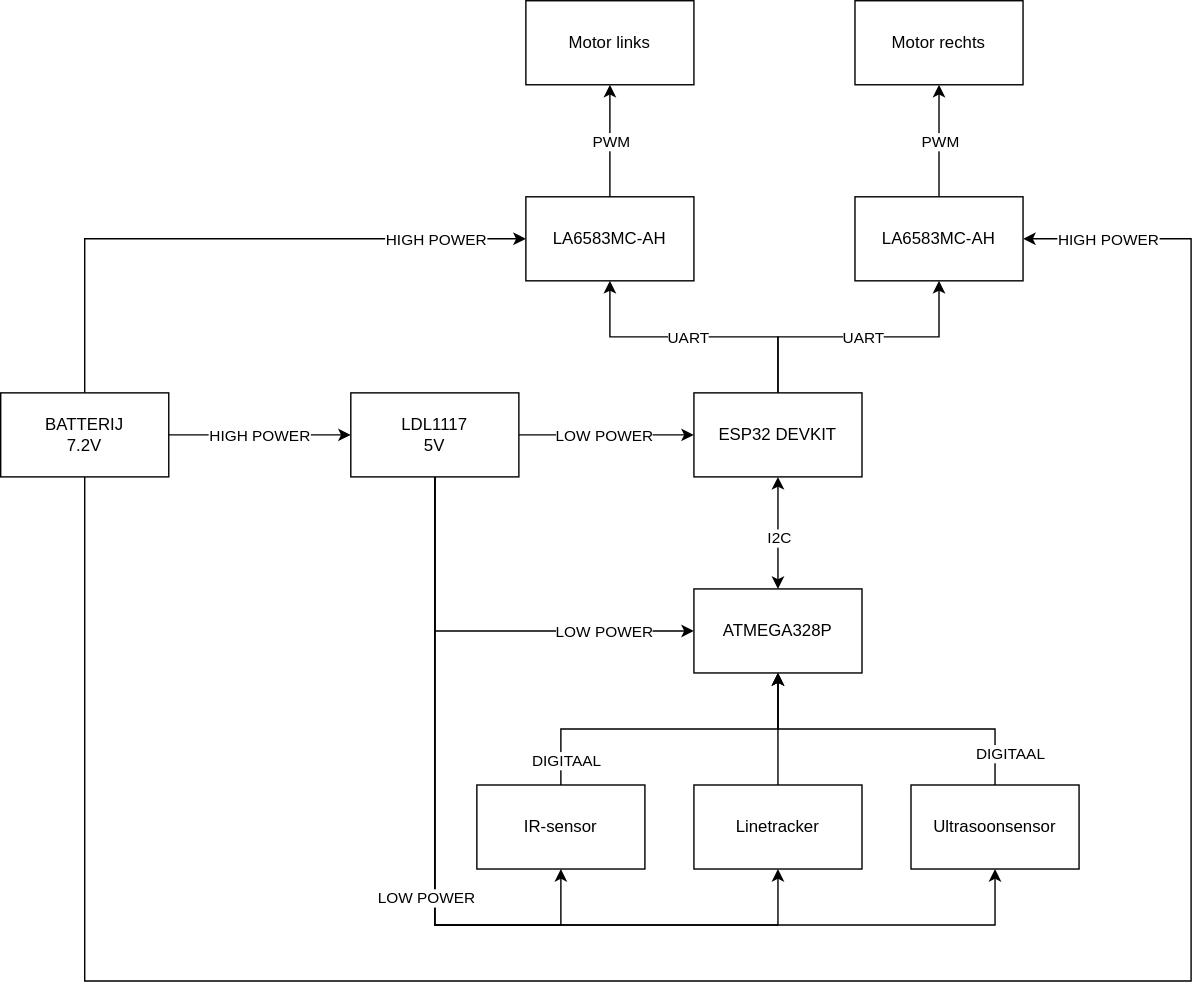
Above: Documentatie/Blokdiagram.svg in Sten-AP/Smart-Systems (draw.io), before the change. Source tidied: cells renumbered, new cells last; positions are measured from the earlier drawing's top-left corner, leaving out a move shared by most shapes. Source of this version:
```xml
<mxGraphModel>
  <root>
    <mxCell id="0" />
    <mxCell id="1" parent="0" />
    <mxCell id="2" style="edgeStyle=orthogonalEdgeStyle;rounded=0;jettySize=auto;html=1;entryX=0.5;entryY=1;entryDx=0;entryDy=0;" parent="1" edge="1" source="6" target="30">
      <mxGeometry relative="1" as="geometry" />
    </mxCell>
    <mxCell id="3" value="UART" style="edgeLabel;html=1;align=center;verticalAlign=middle;" parent="2" vertex="1">
      <mxGeometry x="-0.29" y="4" relative="1" as="geometry">
        <mxPoint x="-34" y="-4" as="offset" />
      </mxGeometry>
    </mxCell>
    <mxCell id="4" style="edgeStyle=orthogonalEdgeStyle;rounded=0;jettySize=auto;html=1;entryX=0.5;entryY=1;entryDx=0;entryDy=0;" parent="1" edge="1" source="6" target="33">
      <mxGeometry relative="1" as="geometry" />
    </mxCell>
    <mxCell id="5" value="UART" style="edgeLabel;html=1;align=center;verticalAlign=middle;" parent="4" vertex="1">
      <mxGeometry x="-0.39" relative="1" as="geometry">
        <mxPoint x="40" as="offset" />
      </mxGeometry>
    </mxCell>
    <mxCell id="6" value="ESP32 DEVKIT" style="rounded=0;whiteSpace=wrap;html=1;" parent="1" vertex="1">
      <mxGeometry x="495" y="280" width="120" height="60" as="geometry" />
    </mxCell>
    <mxCell id="7" style="edgeStyle=orthogonalEdgeStyle;rounded=0;jettySize=auto;html=1;entryX=0.5;entryY=1;entryDx=0;entryDy=0;" parent="1" edge="1" source="11" target="34">
      <mxGeometry relative="1" as="geometry">
        <Array as="points">
          <mxPoint x="310" y="660" />
          <mxPoint x="400" y="660" />
        </Array>
      </mxGeometry>
    </mxCell>
    <mxCell id="8" style="edgeStyle=orthogonalEdgeStyle;rounded=0;jettySize=auto;html=1;entryX=0.5;entryY=1;entryDx=0;entryDy=0;" parent="1" edge="1" source="11" target="37">
      <mxGeometry relative="1" as="geometry">
        <Array as="points">
          <mxPoint x="310" y="660" />
          <mxPoint x="555" y="660" />
        </Array>
      </mxGeometry>
    </mxCell>
    <mxCell id="9" style="edgeStyle=orthogonalEdgeStyle;rounded=0;jettySize=auto;html=1;entryX=0.5;entryY=1;entryDx=0;entryDy=0;" parent="1" edge="1" source="11" target="35">
      <mxGeometry relative="1" as="geometry">
        <Array as="points">
          <mxPoint x="310" y="660" />
          <mxPoint x="710" y="660" />
        </Array>
      </mxGeometry>
    </mxCell>
    <mxCell id="10" value="LOW POWER" style="edgeLabel;html=1;align=center;verticalAlign=middle;" parent="9" vertex="1">
      <mxGeometry x="0.32" y="1" relative="1" as="geometry">
        <mxPoint x="-187" y="-19" as="offset" />
      </mxGeometry>
    </mxCell>
    <mxCell id="11" value="LDL1117&lt;br&gt;5V" style="rounded=0;whiteSpace=wrap;html=1;" parent="1" vertex="1">
      <mxGeometry x="250" y="280" width="120" height="60" as="geometry" />
    </mxCell>
    <mxCell id="12" style="endArrow=classic;html=1;" parent="1" edge="1" source="11" target="6">
      <mxGeometry relative="1" as="geometry" />
    </mxCell>
    <mxCell id="13" value="LOW POWER" style="edgeLabel;html=1;align=center;verticalAlign=middle;" parent="12" vertex="1">
      <mxGeometry x="-0.2" y="1" relative="1" as="geometry">
        <mxPoint x="10" y="1" as="offset" />
      </mxGeometry>
    </mxCell>
    <mxCell id="14" style="edgeStyle=orthogonalEdgeStyle;rounded=0;jettySize=auto;html=1;exitX=0.5;exitY=0;exitDx=0;exitDy=0;" parent="1" edge="1" source="35" target="18">
      <mxGeometry relative="1" as="geometry">
        <Array as="points">
          <mxPoint x="710" y="520" />
          <mxPoint x="555" y="520" />
        </Array>
      </mxGeometry>
    </mxCell>
    <mxCell id="15" value="DIGITAAL" style="edgeLabel;html=1;align=center;verticalAlign=middle;" parent="14" vertex="1">
      <mxGeometry x="0.75" y="-4" relative="1" as="geometry">
        <mxPoint x="161" y="28" as="offset" />
      </mxGeometry>
    </mxCell>
    <mxCell id="16" style="edgeStyle=orthogonalEdgeStyle;rounded=0;jettySize=auto;html=1;exitX=0.5;exitY=0;exitDx=0;exitDy=0;" parent="1" edge="1" source="34" target="18">
      <mxGeometry relative="1" as="geometry">
        <Array as="points">
          <mxPoint x="400" y="520" />
          <mxPoint x="555" y="520" />
        </Array>
      </mxGeometry>
    </mxCell>
    <mxCell id="17" value="DIGITAAL" style="edgeLabel;html=1;align=center;verticalAlign=middle;" parent="16" vertex="1">
      <mxGeometry x="0.36" y="-1" relative="1" as="geometry">
        <mxPoint x="-117" y="21" as="offset" />
      </mxGeometry>
    </mxCell>
    <mxCell id="18" value="ATMEGA328P" style="rounded=0;whiteSpace=wrap;html=1;" parent="1" vertex="1">
      <mxGeometry x="495" y="420" width="120" height="60" as="geometry" />
    </mxCell>
    <mxCell id="19" style="endArrow=classic;html=1;edgeStyle=orthogonalEdgeStyle;arcSize=0;" parent="1" edge="1" source="11" target="18">
      <mxGeometry relative="1" as="geometry">
        <Array as="points">
          <mxPoint x="310" y="450" />
        </Array>
      </mxGeometry>
    </mxCell>
    <mxCell id="20" value="LOW POWER" style="edgeLabel;html=1;align=center;verticalAlign=middle;" parent="19" vertex="1">
      <mxGeometry x="0.09" y="1" relative="1" as="geometry">
        <mxPoint x="69" y="1" as="offset" />
      </mxGeometry>
    </mxCell>
    <mxCell id="21" style="endArrow=classic;startArrow=classic;html=1;" parent="1" edge="1" source="18" target="6">
      <mxGeometry relative="1" as="geometry" />
    </mxCell>
    <mxCell id="22" value="I2C" style="edgeLabel;html=1;align=center;verticalAlign=middle;" parent="21" vertex="1">
      <mxGeometry x="0.48" y="2" relative="1" as="geometry">
        <mxPoint x="2" y="22" as="offset" />
      </mxGeometry>
    </mxCell>
    <mxCell id="23" style="edgeStyle=orthogonalEdgeStyle;rounded=0;jettySize=auto;html=1;entryX=1;entryY=0.5;entryDx=0;entryDy=0;exitX=0.5;exitY=1;exitDx=0;exitDy=0;" parent="1" edge="1" source="29" target="33">
      <mxGeometry relative="1" as="geometry">
        <Array as="points">
          <mxPoint x="60" y="700" />
          <mxPoint x="850" y="700" />
          <mxPoint x="850" y="170" />
        </Array>
      </mxGeometry>
    </mxCell>
    <mxCell id="24" value="HIGH POWER" style="edgeLabel;html=1;align=center;verticalAlign=middle;" parent="23" vertex="1">
      <mxGeometry x="0.84" y="3" relative="1" as="geometry">
        <mxPoint x="-57" y="-25" as="offset" />
      </mxGeometry>
    </mxCell>
    <mxCell id="25" style="edgeStyle=orthogonalEdgeStyle;rounded=0;jettySize=auto;html=1;entryX=0;entryY=0.5;entryDx=0;entryDy=0;" parent="1" edge="1" source="29" target="30">
      <mxGeometry relative="1" as="geometry">
        <Array as="points">
          <mxPoint x="60" y="170" />
        </Array>
      </mxGeometry>
    </mxCell>
    <mxCell id="26" value="HIGH POWER" style="edgeLabel;html=1;align=center;verticalAlign=middle;" parent="25" vertex="1">
      <mxGeometry x="0.4" y="3" relative="1" as="geometry">
        <mxPoint x="62" y="3" as="offset" />
      </mxGeometry>
    </mxCell>
    <mxCell id="27" style="edgeStyle=orthogonalEdgeStyle;rounded=0;jettySize=auto;html=1;" parent="1" edge="1" source="29" target="11">
      <mxGeometry relative="1" as="geometry" />
    </mxCell>
    <mxCell id="28" value="HIGH POWER" style="edgeLabel;html=1;align=center;verticalAlign=middle;" parent="27" vertex="1">
      <mxGeometry x="-0.22" y="1" relative="1" as="geometry">
        <mxPoint x="13" y="1" as="offset" />
      </mxGeometry>
    </mxCell>
    <mxCell id="29" value="BATTERIJ&lt;br&gt;7.2V" style="rounded=0;whiteSpace=wrap;html=1;" parent="1" vertex="1">
      <mxGeometry y="280" width="120" height="60" as="geometry" />
    </mxCell>
    <mxCell id="30" value="LA6583MC-AH" style="rounded=0;whiteSpace=wrap;html=1;" parent="1" vertex="1">
      <mxGeometry x="375" y="140" width="120" height="60" as="geometry" />
    </mxCell>
    <mxCell id="31" style="edgeStyle=orthogonalEdgeStyle;rounded=0;jettySize=auto;html=1;" parent="1" edge="1" source="33" target="39">
      <mxGeometry relative="1" as="geometry" />
    </mxCell>
    <mxCell id="32" value="PWM" style="edgeLabel;html=1;align=center;verticalAlign=middle;" parent="31" vertex="1">
      <mxGeometry x="-0.26" y="-1" relative="1" as="geometry">
        <mxPoint x="-1" y="-10" as="offset" />
      </mxGeometry>
    </mxCell>
    <mxCell id="33" value="LA6583MC-AH" style="rounded=0;whiteSpace=wrap;html=1;" parent="1" vertex="1">
      <mxGeometry x="610" y="140" width="120" height="60" as="geometry" />
    </mxCell>
    <mxCell id="34" value="IR-sensor" style="rounded=0;whiteSpace=wrap;html=1;" parent="1" vertex="1">
      <mxGeometry x="340" y="560" width="120" height="60" as="geometry" />
    </mxCell>
    <mxCell id="35" value="Ultrasoonsensor" style="rounded=0;whiteSpace=wrap;html=1;" parent="1" vertex="1">
      <mxGeometry x="650" y="560" width="120" height="60" as="geometry" />
    </mxCell>
    <mxCell id="36" style="edgeStyle=orthogonalEdgeStyle;rounded=0;jettySize=auto;html=1;entryX=0.5;entryY=1;entryDx=0;entryDy=0;" parent="1" edge="1" source="37" target="18">
      <mxGeometry relative="1" as="geometry" />
    </mxCell>
    <mxCell id="37" value="Linetracker" style="rounded=0;whiteSpace=wrap;html=1;" parent="1" vertex="1">
      <mxGeometry x="495" y="560" width="120" height="60" as="geometry" />
    </mxCell>
    <mxCell id="38" value="Motor links" style="rounded=0;whiteSpace=wrap;html=1;" parent="1" vertex="1">
      <mxGeometry x="375" width="120" height="60" as="geometry" />
    </mxCell>
    <mxCell id="39" value="Motor rechts" style="rounded=0;whiteSpace=wrap;html=1;" parent="1" vertex="1">
      <mxGeometry x="610" width="120" height="60" as="geometry" />
    </mxCell>
    <mxCell id="40" style="endArrow=classic;html=1;" parent="1" edge="1" source="30" target="38">
      <mxGeometry relative="1" as="geometry" />
    </mxCell>
    <mxCell id="41" value="PWM" style="edgeLabel;html=1;align=center;verticalAlign=middle;" parent="40" vertex="1">
      <mxGeometry x="0.32" relative="1" as="geometry">
        <mxPoint y="13" as="offset" />
      </mxGeometry>
    </mxCell>
  </root>
</mxGraphModel>
```
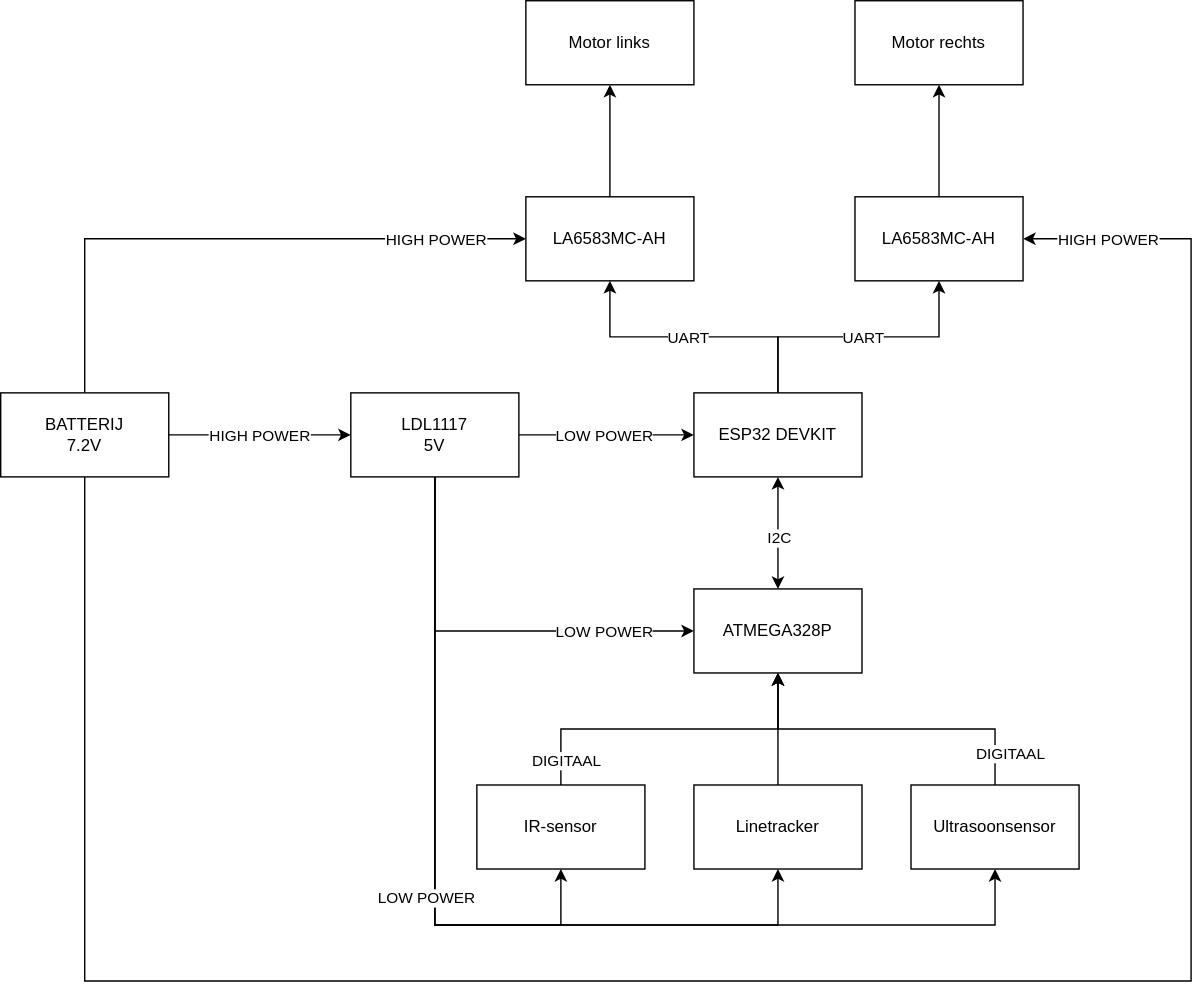
After the change.

Change to the diagram source:
```diff
@@ -153,11 +153,6 @@
     <mxCell id="31" style="edgeStyle=orthogonalEdgeStyle;rounded=0;jettySize=auto;html=1;" parent="1" edge="1" source="33" target="39">
       <mxGeometry relative="1" as="geometry" />
     </mxCell>
-    <mxCell id="32" value="PWM" style="edgeLabel;html=1;align=center;verticalAlign=middle;" parent="31" vertex="1">
-      <mxGeometry x="-0.26" y="-1" relative="1" as="geometry">
-        <mxPoint x="-1" y="-10" as="offset" />
-      </mxGeometry>
-    </mxCell>
     <mxCell id="33" value="LA6583MC-AH" style="rounded=0;whiteSpace=wrap;html=1;" parent="1" vertex="1">
       <mxGeometry x="610" y="140" width="120" height="60" as="geometry" />
     </mxCell>
@@ -182,10 +177,5 @@
     <mxCell id="40" style="endArrow=classic;html=1;" parent="1" edge="1" source="30" target="38">
       <mxGeometry relative="1" as="geometry" />
     </mxCell>
-    <mxCell id="41" value="PWM" style="edgeLabel;html=1;align=center;verticalAlign=middle;" parent="40" vertex="1">
-      <mxGeometry x="0.32" relative="1" as="geometry">
-        <mxPoint y="13" as="offset" />
-      </mxGeometry>
-    </mxCell>
   </root>
 </mxGraphModel>
```
